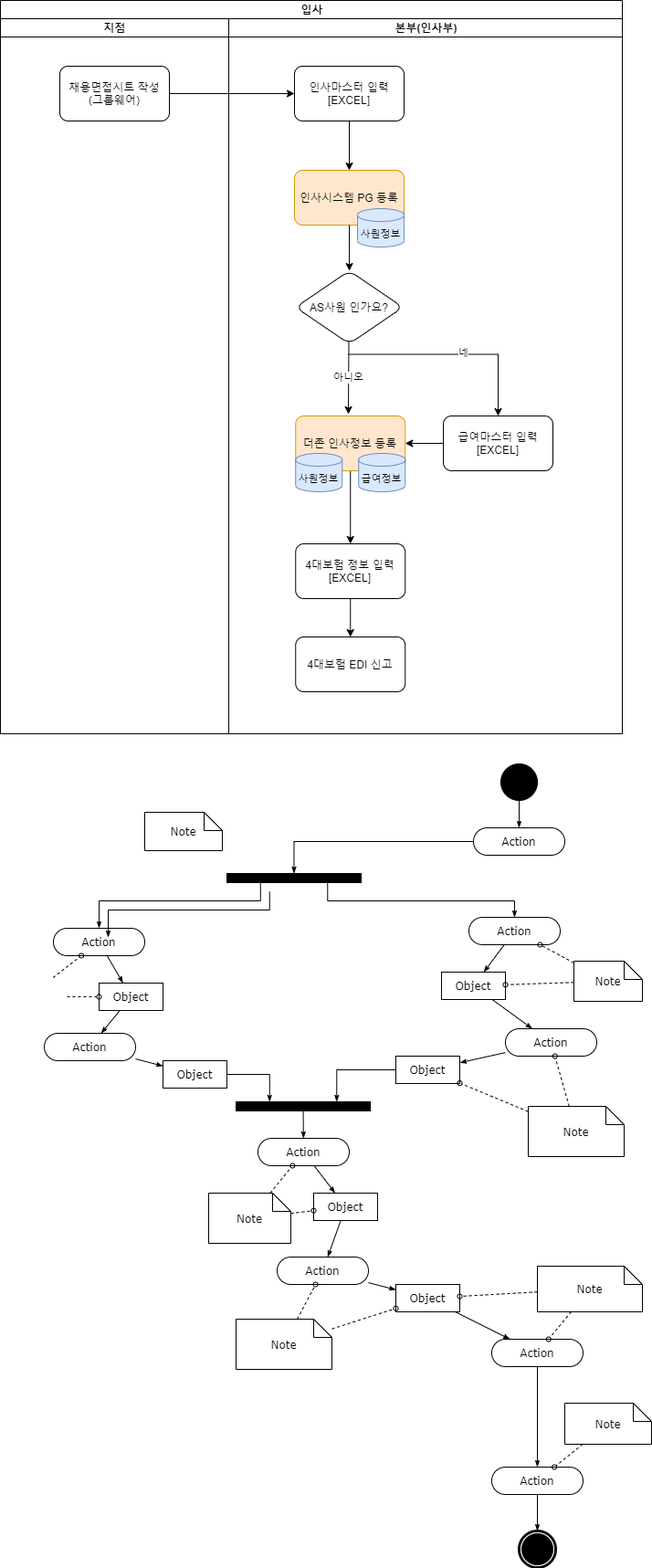
Before: Insa_JoinResignation.drawio.png, a diagram exported from draw.io (seunggeunjo/Flow-Chart). Source tidied: cells renumbered, new cells last; positions are measured from the earlier drawing's top-left corner, leaving out a move shared by most shapes.
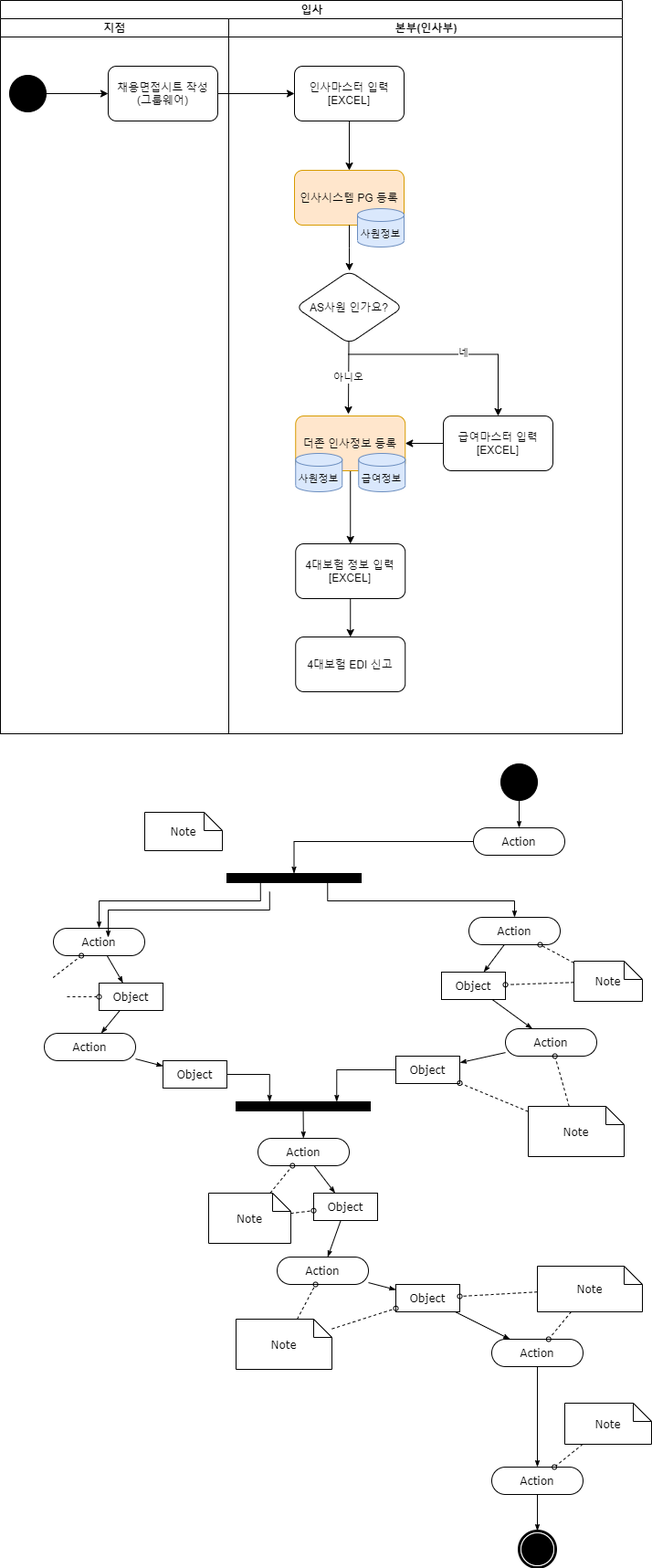
Above is the later version.

What changed in the source:
```diff
@@ -9,7 +9,7 @@
       <mxGeometry y="20" width="250" height="783" as="geometry" />
     </mxCell>
     <mxCell id="4" value="채용면접시트 작성&lt;br&gt;(그룹웨어)" style="rounded=1;whiteSpace=wrap;html=1;" parent="3" vertex="1">
-      <mxGeometry x="65" y="52" width="120" height="60" as="geometry" />
+      <mxGeometry x="118" y="52" width="120" height="60" as="geometry" />
     </mxCell>
     <mxCell id="5" value="본부(인사부)" style="swimlane;html=1;startSize=20;" parent="2" vertex="1">
       <mxGeometry x="250" y="20" width="431" height="783" as="geometry" />
@@ -283,5 +283,11 @@
         </Array>
       </mxGeometry>
     </mxCell>
+    <mxCell id="84" style="edgeStyle=orthogonalEdgeStyle;rounded=0;jettySize=auto;html=1;exitX=1;exitY=0.5;exitDx=0;exitDy=0;entryX=0;entryY=0.5;entryDx=0;entryDy=0;fontSize=11;" parent="1" edge="1" source="85" target="4">
+      <mxGeometry relative="1" as="geometry" />
+    </mxCell>
+    <mxCell id="85" style="ellipse;whiteSpace=wrap;html=1;rounded=0;shadow=0;comic=0;labelBackgroundColor=none;strokeWidth=1;fillColor=#000000;fontFamily=Verdana;fontSize=12;align=center;" parent="1" vertex="1">
+      <mxGeometry x="10" y="82" width="40" height="40" as="geometry" />
+    </mxCell>
   </root>
 </mxGraphModel>
```
